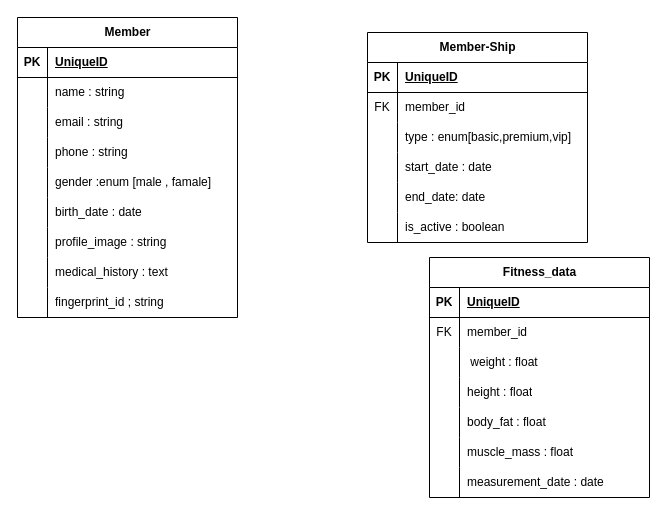
The draw.io diagram Untitled Diagram.drawio in WaseemAlikhwan/Gym-System, before the edit. Source tidied: cells renumbered, new cells numbered last; positions are measured from the earlier drawing's top-left corner, leaving out a move shared by most shapes. Both pictures are drawn from the tidied source at 100%, with x=0, y=0 at pixel (17, 17).
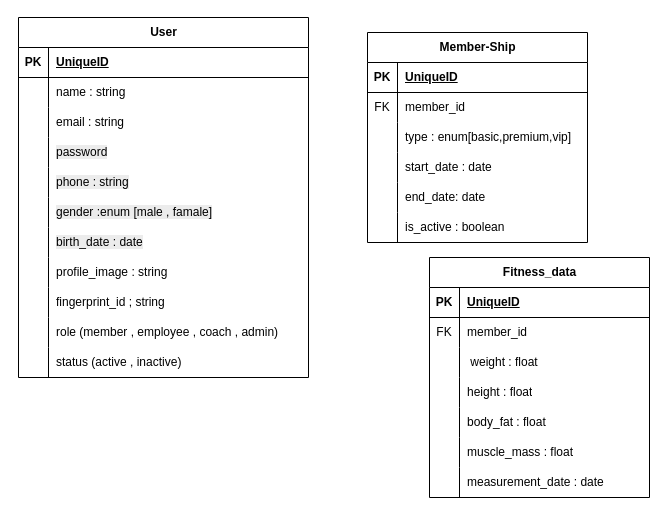
The same page after the edit.

The edit, as a diff of the source:
```diff
@@
-    <mxCell id="21" value="Member" style="shape=table;startSize=30;childLayout=tableLayout;rowLines=0;fontStyle=1;align=center;html=1;" parent="1" vertex="1">
-      <mxGeometry width="220" height="300" as="geometry" />
+    <mxCell id="21" value="User" style="shape=table;startSize=30;childLayout=tableLayout;rowLines=0;fontStyle=1;align=center;html=1;" parent="1" vertex="1">
+      <mxGeometry x="1" width="290" height="360" as="geometry" />
     </mxCell>
     <mxCell id="22" style="shape=tableRow;horizontal=0;startSize=0;swimlaneHead=0;swimlaneBody=0;fillColor=none;top=0;left=0;right=0;bottom=1;" parent="21" vertex="1">
-      <mxGeometry y="30" width="220" height="30" as="geometry" />
+      <mxGeometry y="30" width="290" height="30" as="geometry" />
     </mxCell>
@@
     <mxCell id="24" value="UniqueID" style="shape=partialRectangle;fillColor=none;top=0;left=0;bottom=0;right=0;align=left;spacingLeft=6;fontStyle=5;overflow=hidden;whiteSpace=wrap;html=1;" parent="22" vertex="1">
-      <mxGeometry x="30" width="190" height="30" as="geometry" />
+      <mxGeometry x="30" width="260" height="30" as="geometry" />
     </mxCell>
     <mxCell id="25" style="shape=tableRow;horizontal=0;startSize=0;swimlaneHead=0;swimlaneBody=0;fillColor=none;top=0;left=0;right=0;bottom=0;" parent="21" vertex="1">
-      <mxGeometry y="60" width="220" height="30" as="geometry" />
+      <mxGeometry y="60" width="290" height="30" as="geometry" />
     </mxCell>
@@
     <mxCell id="27" value="name : string" style="shape=partialRectangle;fillColor=none;top=0;left=0;bottom=0;right=0;align=left;spacingLeft=6;overflow=hidden;whiteSpace=wrap;html=1;" parent="25" vertex="1">
-      <mxGeometry x="30" width="190" height="30" as="geometry" />
+      <mxGeometry x="30" width="260" height="30" as="geometry" />
     </mxCell>
     <mxCell id="28" style="shape=tableRow;horizontal=0;startSize=0;swimlaneHead=0;swimlaneBody=0;fillColor=none;top=0;left=0;right=0;bottom=0;" parent="21" vertex="1">
-      <mxGeometry y="90" width="220" height="30" as="geometry" />
+      <mxGeometry y="90" width="290" height="30" as="geometry" />
     </mxCell>
@@
     <mxCell id="30" value="email : string&amp;nbsp;" style="shape=partialRectangle;fillColor=none;top=0;left=0;bottom=0;right=0;align=left;spacingLeft=6;overflow=hidden;whiteSpace=wrap;html=1;" parent="28" vertex="1">
-      <mxGeometry x="30" width="190" height="30" as="geometry" />
+      <mxGeometry x="30" width="260" height="30" as="geometry" />
     </mxCell>
     <mxCell id="31" style="shape=tableRow;horizontal=0;startSize=0;swimlaneHead=0;swimlaneBody=0;fillColor=none;top=0;left=0;right=0;bottom=0;" parent="21" vertex="1">
-      <mxGeometry y="120" width="220" height="30" as="geometry" />
+      <mxGeometry y="120" width="290" height="30" as="geometry" />
     </mxCell>
@@
-    <mxCell id="33" value="phone : string" style="shape=partialRectangle;fillColor=none;top=0;left=0;bottom=0;right=0;align=left;spacingLeft=6;overflow=hidden;whiteSpace=wrap;html=1;" parent="31" vertex="1">
-      <mxGeometry x="30" width="190" height="30" as="geometry" />
+    <mxCell id="33" value="&lt;span style=&quot;color: rgb(0, 0, 0); font-family: Helvetica; font-size: 12px; font-style: normal; font-variant-ligatures: normal; font-variant-caps: normal; font-weight: 400; letter-spacing: normal; orphans: 2; text-align: left; text-indent: 0px; text-transform: none; widows: 2; word-spacing: 0px; -webkit-text-stroke-width: 0px; white-space: normal; background-color: rgb(236, 236, 236); text-decoration-thickness: initial; text-decoration-style: initial; text-decoration-color: initial; float: none; display: inline !important;&quot;&gt;password&lt;/span&gt;" style="shape=partialRectangle;fillColor=none;top=0;left=0;bottom=0;right=0;align=left;spacingLeft=6;overflow=hidden;whiteSpace=wrap;html=1;" parent="31" vertex="1">
+      <mxGeometry x="30" width="260" height="30" as="geometry" />
     </mxCell>
     <mxCell id="34" style="shape=tableRow;horizontal=0;startSize=0;swimlaneHead=0;swimlaneBody=0;fillColor=none;top=0;left=0;right=0;bottom=0;" parent="21" vertex="1">
-      <mxGeometry y="150" width="220" height="30" as="geometry" />
+      <mxGeometry y="150" width="290" height="30" as="geometry" />
     </mxCell>
@@
-    <mxCell id="36" value="gender :enum [male , famale]" style="shape=partialRectangle;fillColor=none;top=0;left=0;bottom=0;right=0;align=left;spacingLeft=6;overflow=hidden;whiteSpace=wrap;html=1;" parent="34" vertex="1">
-      <mxGeometry x="30" width="190" height="30" as="geometry" />
+    <mxCell id="36" value="&lt;span style=&quot;forced-color-adjust: none; color: rgb(0, 0, 0); font-family: Helvetica; font-size: 12px; font-style: normal; font-variant-ligatures: normal; font-variant-caps: normal; font-weight: 400; letter-spacing: normal; orphans: 2; text-align: left; text-indent: 0px; text-transform: none; widows: 2; word-spacing: 0px; -webkit-text-stroke-width: 0px; white-space: normal; text-decoration-thickness: initial; text-decoration-style: initial; text-decoration-color: initial; background-color: rgb(236, 236, 236); float: none; display: inline !important;&quot;&gt;phone : string&lt;/span&gt;" style="shape=partialRectangle;fillColor=none;top=0;left=0;bottom=0;right=0;align=left;spacingLeft=6;overflow=hidden;whiteSpace=wrap;html=1;" parent="34" vertex="1">
+      <mxGeometry x="30" width="260" height="30" as="geometry" />
     </mxCell>
     <mxCell id="37" style="shape=tableRow;horizontal=0;startSize=0;swimlaneHead=0;swimlaneBody=0;fillColor=none;top=0;left=0;right=0;bottom=0;" parent="21" vertex="1">
-      <mxGeometry y="180" width="220" height="30" as="geometry" />
+      <mxGeometry y="180" width="290" height="30" as="geometry" />
     </mxCell>
@@
-    <mxCell id="39" value="birth_date : date" style="shape=partialRectangle;fillColor=none;top=0;left=0;bottom=0;right=0;align=left;spacingLeft=6;overflow=hidden;whiteSpace=wrap;html=1;" parent="37" vertex="1">
-      <mxGeometry x="30" width="190" height="30" as="geometry" />
+    <mxCell id="39" value="&lt;span style=&quot;forced-color-adjust: none; color: rgb(0, 0, 0); font-family: Helvetica; font-size: 12px; font-style: normal; font-variant-ligatures: normal; font-variant-caps: normal; font-weight: 400; letter-spacing: normal; orphans: 2; text-align: left; text-indent: 0px; text-transform: none; widows: 2; word-spacing: 0px; -webkit-text-stroke-width: 0px; white-space: normal; text-decoration-thickness: initial; text-decoration-style: initial; text-decoration-color: initial; background-color: rgb(236, 236, 236); float: none; display: inline !important;&quot;&gt;gender :enum [male , famale]&lt;/span&gt;" style="shape=partialRectangle;fillColor=none;top=0;left=0;bottom=0;right=0;align=left;spacingLeft=6;overflow=hidden;whiteSpace=wrap;html=1;" parent="37" vertex="1">
+      <mxGeometry x="30" width="260" height="30" as="geometry" />
     </mxCell>
     <mxCell id="40" style="shape=tableRow;horizontal=0;startSize=0;swimlaneHead=0;swimlaneBody=0;fillColor=none;top=0;left=0;right=0;bottom=0;" parent="21" vertex="1">
-      <mxGeometry y="210" width="220" height="30" as="geometry" />
+      <mxGeometry y="210" width="290" height="30" as="geometry" />
     </mxCell>
@@
-    <mxCell id="42" value="profile_image : string" style="shape=partialRectangle;fillColor=none;top=0;left=0;bottom=0;right=0;align=left;spacingLeft=6;overflow=hidden;whiteSpace=wrap;html=1;" parent="40" vertex="1">
-      <mxGeometry x="30" width="190" height="30" as="geometry" />
+    <mxCell id="42" value="&lt;span style=&quot;color: rgb(0, 0, 0); background-color: rgb(236, 236, 236); float: none; display: inline !important;&quot;&gt;birth_date : date&lt;/span&gt;" style="shape=partialRectangle;fillColor=none;top=0;left=0;bottom=0;right=0;align=left;spacingLeft=6;overflow=hidden;whiteSpace=wrap;html=1;" parent="40" vertex="1">
+      <mxGeometry x="30" width="260" height="30" as="geometry" />
     </mxCell>
     <mxCell id="43" style="shape=tableRow;horizontal=0;startSize=0;swimlaneHead=0;swimlaneBody=0;fillColor=none;top=0;left=0;right=0;bottom=0;" parent="21" vertex="1">
-      <mxGeometry y="240" width="220" height="30" as="geometry" />
+      <mxGeometry y="240" width="290" height="30" as="geometry" />
     </mxCell>
@@
-    <mxCell id="45" value="medical_history : text" style="shape=partialRectangle;fillColor=none;top=0;left=0;bottom=0;right=0;align=left;spacingLeft=6;overflow=hidden;whiteSpace=wrap;html=1;" parent="43" vertex="1">
-      <mxGeometry x="30" width="190" height="30" as="geometry" />
+    <mxCell id="45" value="&lt;div&gt;profile_image : string&lt;/div&gt;" style="shape=partialRectangle;fillColor=none;top=0;left=0;bottom=0;right=0;align=left;spacingLeft=6;overflow=hidden;whiteSpace=wrap;html=1;" parent="43" vertex="1">
+      <mxGeometry x="30" width="260" height="30" as="geometry" />
     </mxCell>
     <mxCell id="46" style="shape=tableRow;horizontal=0;startSize=0;swimlaneHead=0;swimlaneBody=0;fillColor=none;top=0;left=0;right=0;bottom=0;" parent="21" vertex="1">
-      <mxGeometry y="270" width="220" height="30" as="geometry" />
+      <mxGeometry y="270" width="290" height="30" as="geometry" />
     </mxCell>
@@
     <mxCell id="48" value="fingerprint_id ; string" style="shape=partialRectangle;fillColor=none;top=0;left=0;bottom=0;right=0;align=left;spacingLeft=6;overflow=hidden;whiteSpace=wrap;html=1;" parent="46" vertex="1">
-      <mxGeometry x="30" width="190" height="30" as="geometry" />
+      <mxGeometry x="30" width="260" height="30" as="geometry" />
     </mxCell>
+    <mxCell id="71" style="shape=tableRow;horizontal=0;startSize=0;swimlaneHead=0;swimlaneBody=0;fillColor=none;top=0;left=0;right=0;bottom=0;" parent="21" vertex="1">
+      <mxGeometry y="300" width="290" height="30" as="geometry" />
+    </mxCell>
+    <mxCell id="72" style="shape=partialRectangle;fillColor=none;top=0;left=0;bottom=0;right=0;overflow=hidden;whiteSpace=wrap;html=1;" parent="71" vertex="1">
+      <mxGeometry width="30" height="30" as="geometry" />
+    </mxCell>
+    <mxCell id="73" value="role (member , employee , coach , admin)" style="shape=partialRectangle;fillColor=none;top=0;left=0;bottom=0;right=0;align=left;spacingLeft=6;overflow=hidden;whiteSpace=wrap;html=1;" parent="71" vertex="1">
+      <mxGeometry x="30" width="260" height="30" as="geometry" />
+    </mxCell>
+    <mxCell id="74" style="shape=tableRow;horizontal=0;startSize=0;swimlaneHead=0;swimlaneBody=0;fillColor=none;top=0;left=0;right=0;bottom=0;" parent="21" vertex="1">
+      <mxGeometry y="330" width="290" height="30" as="geometry" />
+    </mxCell>
+    <mxCell id="75" style="shape=partialRectangle;fillColor=none;top=0;left=0;bottom=0;right=0;overflow=hidden;whiteSpace=wrap;html=1;" parent="74" vertex="1">
+      <mxGeometry width="30" height="30" as="geometry" />
+    </mxCell>
+    <mxCell id="76" value="status (active , inactive)" style="shape=partialRectangle;fillColor=none;top=0;left=0;bottom=0;right=0;align=left;spacingLeft=6;overflow=hidden;whiteSpace=wrap;html=1;" parent="74" vertex="1">
+      <mxGeometry x="30" width="260" height="30" as="geometry" />
+    </mxCell>
```
